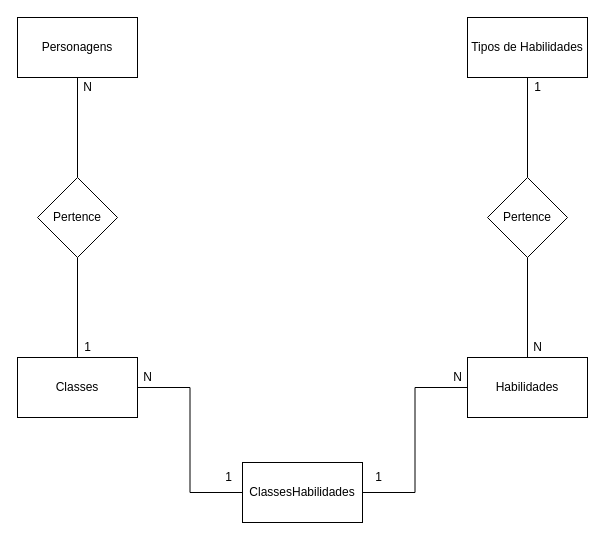
ViniciusLordelo/HRoads keeps this draw.io diagram as page "Conceitual" (1 of 2) of SENAI_HROADS_MANHA.drawio. Above is the earlier version. Source tidied: cells renumbered, new cells numbered last; positions are measured from the earlier drawing's top-left corner, leaving out a move shared by most shapes. Both pictures are drawn from the tidied source at 100%, with x=0, y=0 at pixel (17, 17).
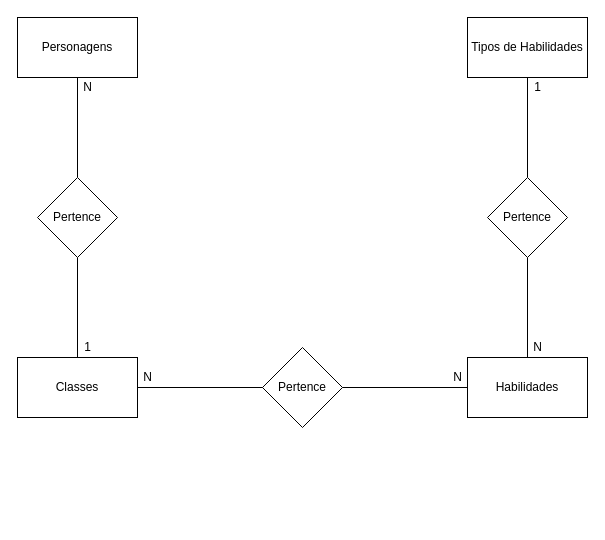
Above is the later version.

The change refers to these unchanged cells:
```xml
<mxCell id="4" value="Classes" style="rounded=0;whiteSpace=wrap;html=1;" parent="1" vertex="1">
  <mxGeometry y="340" width="120" height="60" as="geometry" />
</mxCell>
<mxCell id="5" value="Habilidades" style="rounded=0;whiteSpace=wrap;html=1;" parent="1" vertex="1">
  <mxGeometry x="450" y="340" width="120" height="60" as="geometry" />
</mxCell>
```

The edit, as a diff of the source:
```diff
@@
-    <mxCell id="3" style="edgeStyle=orthogonalEdgeStyle;rounded=0;jettySize=auto;html=1;entryX=0;entryY=0.5;entryDx=0;entryDy=0;endArrow=none;endFill=0;" parent="1" edge="1" source="4" target="20">
+    <mxCell id="3" style="edgeStyle=orthogonalEdgeStyle;rounded=0;jettySize=auto;html=1;endArrow=none;endFill=0;entryX=0.075;entryY=0.5;entryDx=0;entryDy=0;entryPerimeter=0;" parent="1" edge="1" source="4" target="23">
       <mxGeometry relative="1" as="geometry" />
     </mxCell>
@@
-    <mxCell id="10" style="edgeStyle=orthogonalEdgeStyle;rounded=0;jettySize=auto;html=1;entryX=0;entryY=0.5;entryDx=0;entryDy=0;endArrow=none;endFill=0;exitX=1;exitY=0.5;exitDx=0;exitDy=0;" parent="1" edge="1" source="20" target="5">
-      <mxGeometry relative="1" as="geometry" />
-    </mxCell>
@@
-    <mxCell id="20" value="ClassesHabilidades" style="rounded=0;whiteSpace=wrap;html=1;" parent="1" vertex="1">
-      <mxGeometry x="225" y="445" width="120" height="60" as="geometry" />
-    </mxCell>
-    <mxCell id="21" value="1" style="text;html=1;align=center;verticalAlign=middle;" parent="1" vertex="1">
-      <mxGeometry x="351" y="450" width="20" height="20" as="geometry" />
-    </mxCell>
-    <mxCell id="22" value="1" style="text;html=1;align=center;verticalAlign=middle;" parent="1" vertex="1">
-      <mxGeometry x="201" y="450" width="20" height="20" as="geometry" />
-    </mxCell>
+    <mxCell id="23" value="Pertence" style="rhombus;whiteSpace=wrap;html=1;" parent="1" vertex="1">
+      <mxGeometry x="245" y="330" width="80" height="80" as="geometry" />
+    </mxCell>
+    <mxCell id="24" style="endArrow=none;html=1;entryX=0;entryY=0.5;entryDx=0;entryDy=0;exitX=1;exitY=0.5;exitDx=0;exitDy=0;" parent="1" edge="1" source="23" target="5">
+      <mxGeometry relative="1" as="geometry" />
+    </mxCell>
```
